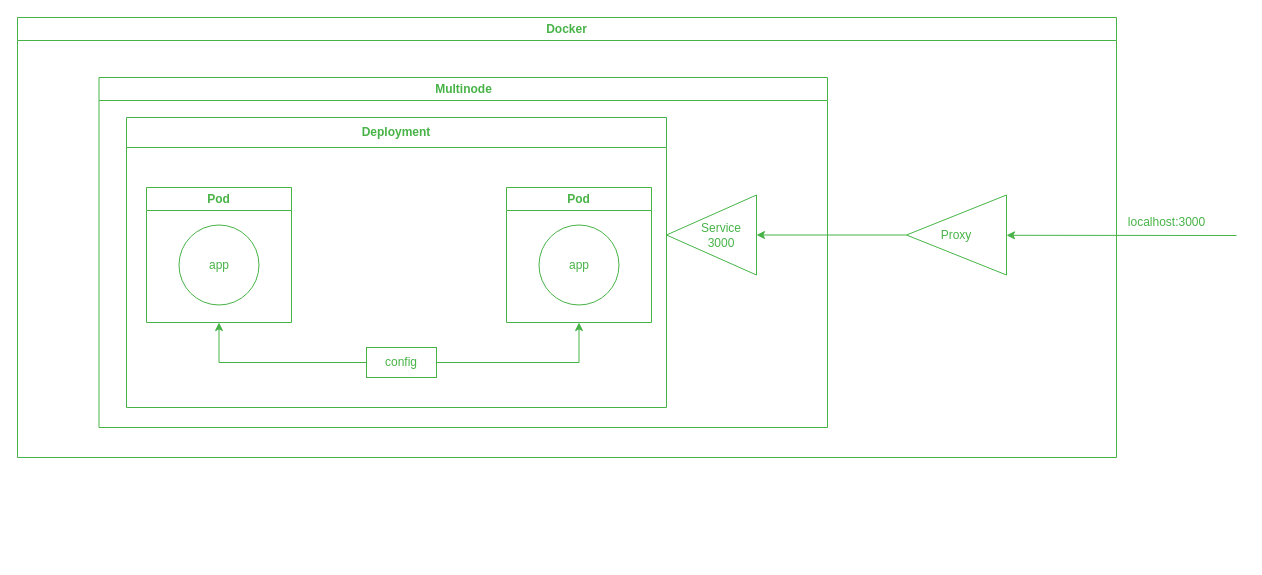
qveex/2023_2024-introduction_to_distributed_technologies-k4113c-nesterenko_m_y keeps this draw.io diagram as lab4/lab4.drawio. Above is the earlier version. Source tidied: cells renumbered, new cells numbered last; positions are measured from the earlier drawing's top-left corner, leaving out a move shared by most shapes. Both pictures are drawn from the tidied source at 100%, with x=0, y=0 at pixel (17, 17).
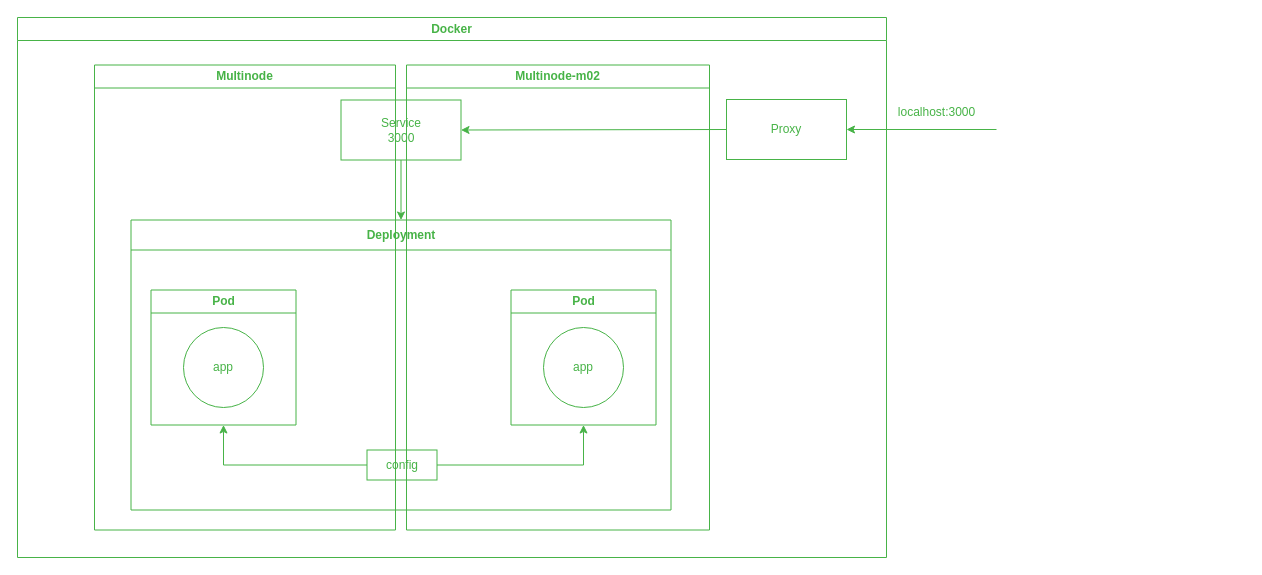
After the change.

Change to the diagram source:
```diff
@@
 <mxGraphModel>
   <root>
     <mxCell id="0" />
     <mxCell id="1" parent="0" />
     <mxCell id="2" value="&lt;font color=&quot;#47b347&quot;&gt;Docker&lt;/font&gt;" style="swimlane;whiteSpace=wrap;html=1;fontColor=#66FF66;strokeColor=#47B347;labelBackgroundColor=none;fillColor=none;" parent="1" vertex="1">
-      <mxGeometry width="1099" height="440" as="geometry" />
+      <mxGeometry width="869" height="540" as="geometry" />
     </mxCell>
+    <mxCell id="7" style="endArrow=classic;html=1;rounded=0;entryX=1;entryY=0.5;entryDx=0;entryDy=0;fontColor=#66FF66;strokeColor=#47B347;labelBackgroundColor=none;" parent="2" edge="1" target="5">
+      <mxGeometry relative="1" as="geometry">
+        <mxPoint x="979" y="112" as="sourcePoint" />
+      </mxGeometry>
+    </mxCell>
-    <mxCell id="3" value="&lt;font color=&quot;#47b347&quot;&gt;&amp;nbsp; &amp;nbsp; &amp;nbsp; Service&lt;br&gt;&amp;nbsp; &amp;nbsp; &amp;nbsp; 3000&lt;br&gt;&lt;/font&gt;" style="triangle;whiteSpace=wrap;html=1;rotation=0;direction=west;fontColor=#66FF66;strokeColor=#47B347;labelBackgroundColor=none;fillColor=none;" parent="2" vertex="1">
-      <mxGeometry x="649" y="177.5" width="90" height="80" as="geometry" />
+    <mxCell id="3" value="Service&lt;br&gt;3000" style="rounded=0;whiteSpace=wrap;html=1;fillColor=none;strokeColor=#47B347;fontColor=#47B347;" parent="2" vertex="1">
+      <mxGeometry x="323.5" y="82.5" width="120" height="60" as="geometry" />
     </mxCell>
     <mxCell id="4" value="&lt;font color=&quot;#47b347&quot;&gt;Multinode&lt;br&gt;&lt;/font&gt;" style="swimlane;whiteSpace=wrap;html=1;fontColor=#66FF66;strokeColor=#47B347;labelBackgroundColor=none;fillColor=none;" parent="2" vertex="1">
-      <mxGeometry x="81.5" y="60" width="728.5" height="350" as="geometry" />
+      <mxGeometry x="77" y="47.5" width="301" height="465" as="geometry" />
     </mxCell>
-    <mxCell id="5" value="&lt;font color=&quot;#47b347&quot;&gt;Proxy&lt;br&gt;&lt;/font&gt;" style="triangle;whiteSpace=wrap;html=1;rotation=0;direction=west;fontColor=#66FF66;strokeColor=#47B347;labelBackgroundColor=none;fillColor=none;" parent="2" vertex="1">
-      <mxGeometry x="889" y="177.5" width="100" height="80" as="geometry" />
-    </mxCell>
-    <mxCell id="6" style="endArrow=classic;html=1;rounded=0;entryX=0;entryY=0.5;entryDx=0;entryDy=0;fontColor=#66FF66;strokeColor=#47B347;labelBackgroundColor=none;exitX=1;exitY=0.5;exitDx=0;exitDy=0;" parent="2" edge="1" source="5" target="3">
-      <mxGeometry relative="1" as="geometry" />
-    </mxCell>
-    <mxCell id="7" style="endArrow=classic;html=1;rounded=0;entryX=0;entryY=0.5;entryDx=0;entryDy=0;fontColor=#66FF66;strokeColor=#47B347;labelBackgroundColor=none;" parent="2" edge="1">
-      <mxGeometry relative="1" as="geometry">
-        <mxPoint x="1219" y="218" as="sourcePoint" />
-        <mxPoint x="989" y="217.8" as="targetPoint" />
-      </mxGeometry>
-    </mxCell>
+    <mxCell id="17" value="&lt;font color=&quot;#47b347&quot;&gt;Multinode-m02&lt;br&gt;&lt;/font&gt;" style="swimlane;whiteSpace=wrap;html=1;fontColor=#66FF66;strokeColor=#47B347;labelBackgroundColor=none;fillColor=none;" parent="2" vertex="1">
+      <mxGeometry x="389" y="47.5" width="303" height="465" as="geometry" />
+    </mxCell>
-    <mxCell id="8" value="&lt;font color=&quot;#47b347&quot;&gt;Deployment&lt;br&gt;&lt;/font&gt;" style="swimlane;whiteSpace=wrap;html=1;fontColor=#66FF66;strokeColor=#47B347;labelBackgroundColor=none;fillColor=none;startSize=30;" parent="1" vertex="1">
-      <mxGeometry x="109" y="100" width="540" height="290" as="geometry" />
+    <mxCell id="8" value="&lt;font color=&quot;#47b347&quot;&gt;Deployment&lt;br&gt;&lt;/font&gt;" style="swimlane;whiteSpace=wrap;html=1;fontColor=#66FF66;strokeColor=#47B347;labelBackgroundColor=none;fillColor=none;startSize=30;" parent="2" vertex="1">
+      <mxGeometry x="113.5" y="202.5" width="540" height="290" as="geometry" />
     </mxCell>
     <mxCell id="9" value="&lt;font color=&quot;#47b347&quot;&gt;Pod&lt;/font&gt;" style="swimlane;whiteSpace=wrap;html=1;fontColor=#66FF66;strokeColor=#47B347;labelBackgroundColor=none;fillColor=none;" parent="8" vertex="1">
       <mxGeometry x="20" y="70" width="145" height="135" as="geometry" />
     </mxCell>
     <mxCell id="10" value="&lt;font color=&quot;#47b347&quot;&gt;app&lt;/font&gt;" style="ellipse;whiteSpace=wrap;html=1;fontColor=#66FF66;strokeColor=#47B347;labelBackgroundColor=none;fillColor=none;" parent="9" vertex="1">
       <mxGeometry x="32.5" y="37.5" width="80" height="80" as="geometry" />
     </mxCell>
     <mxCell id="11" value="&lt;font color=&quot;#47b347&quot;&gt;Pod&lt;/font&gt;" style="swimlane;whiteSpace=wrap;html=1;fontColor=#66FF66;strokeColor=#47B347;labelBackgroundColor=none;fillColor=none;" parent="8" vertex="1">
       <mxGeometry x="380" y="70" width="145" height="135" as="geometry" />
     </mxCell>
     <mxCell id="12" value="&lt;font color=&quot;#47b347&quot;&gt;app&lt;/font&gt;" style="ellipse;whiteSpace=wrap;html=1;fontColor=#66FF66;strokeColor=#47B347;labelBackgroundColor=none;fillColor=none;" parent="11" vertex="1">
       <mxGeometry x="32.5" y="37.5" width="80" height="80" as="geometry" />
     </mxCell>
     <mxCell id="13" style="edgeStyle=orthogonalEdgeStyle;rounded=0;jettySize=auto;html=1;entryX=0.5;entryY=1;entryDx=0;entryDy=0;exitX=1;exitY=0.5;exitDx=0;exitDy=0;strokeColor=#47B347;" parent="8" edge="1" source="14" target="11">
       <mxGeometry relative="1" as="geometry" />
     </mxCell>
     <mxCell id="14" value="config" style="rounded=0;whiteSpace=wrap;html=1;strokeColor=#47B347;fontColor=#47B347;fillColor=none;" parent="8" vertex="1">
-      <mxGeometry x="240" y="230" width="70" height="30" as="geometry" />
+      <mxGeometry x="236" y="230" width="70" height="30" as="geometry" />
     </mxCell>
     <mxCell id="15" style="edgeStyle=orthogonalEdgeStyle;rounded=0;jettySize=auto;html=1;entryX=0.5;entryY=1;entryDx=0;entryDy=0;exitX=0;exitY=0.5;exitDx=0;exitDy=0;strokeColor=#47B347;" parent="8" edge="1" source="14" target="9">
       <mxGeometry relative="1" as="geometry" />
     </mxCell>
+    <mxCell id="18" style="edgeStyle=orthogonalEdgeStyle;rounded=0;jettySize=auto;html=1;entryX=0.5;entryY=0;entryDx=0;entryDy=0;fontColor=#47B347;strokeColor=#47B347;" parent="2" edge="1" source="3" target="8">
+      <mxGeometry relative="1" as="geometry" />
+    </mxCell>
+    <mxCell id="5" value="Proxy" style="rounded=0;whiteSpace=wrap;html=1;fillColor=none;strokeColor=#47B347;fontColor=#47B347;" parent="2" vertex="1">
+      <mxGeometry x="709" y="82" width="120" height="60" as="geometry" />
+    </mxCell>
+    <mxCell id="6" style="endArrow=classic;html=1;rounded=0;entryX=1;entryY=0.5;entryDx=0;entryDy=0;fontColor=#66FF66;strokeColor=#47B347;labelBackgroundColor=none;exitX=0;exitY=0.5;exitDx=0;exitDy=0;" parent="2" edge="1" source="5" target="3">
+      <mxGeometry relative="1" as="geometry" />
+    </mxCell>
     <mxCell id="16" value="localhost:3000" style="text;html=1;align=center;verticalAlign=middle;strokeColor=none;fillColor=none;fontColor=#47B347;" parent="1" vertex="1">
-      <mxGeometry x="1099" y="190" width="100" height="30" as="geometry" />
+      <mxGeometry x="869" y="80" width="100" height="30" as="geometry" />
     </mxCell>
   </root>
 </mxGraphModel>
```
